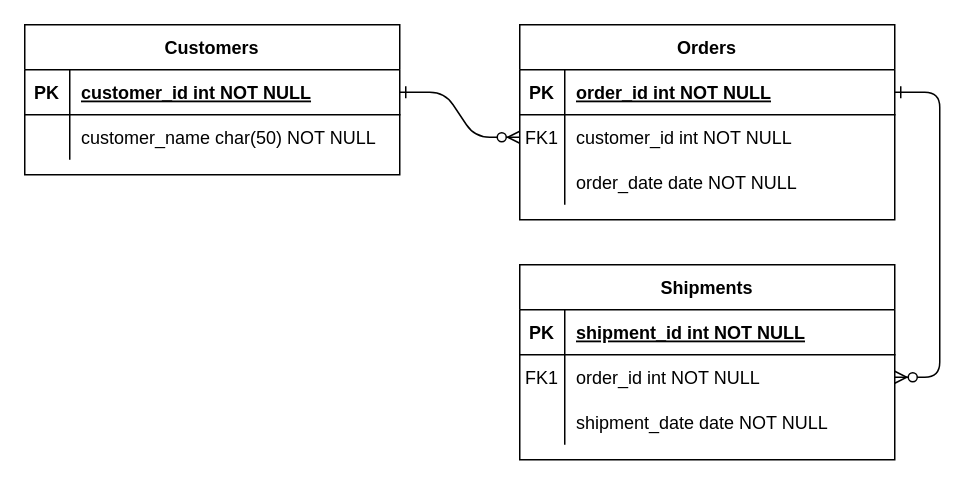
This is 未命名绘图.drawio from weimumu/YingHangJia, a draw.io file, before an edit. Source tidied: cells renumbered, new cells numbered last; positions are measured from the earlier drawing's top-left corner, leaving out a move shared by most shapes. Both pictures are drawn from the tidied source at 150%, with x=0, y=0 at pixel (24, 24).
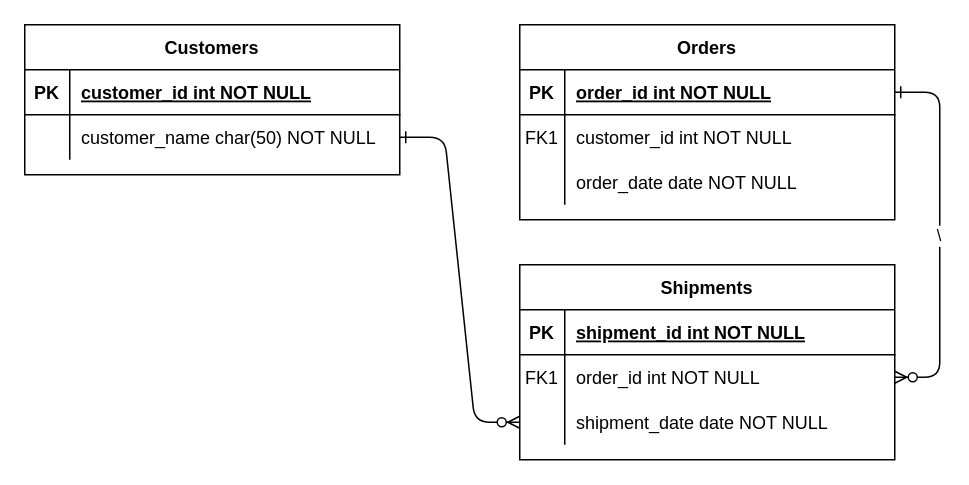
The same page after the edit.

Unchanged cells that the change refers to:
```xml
<mxCell id="5" style="shape=partialRectangle;fillColor=none;points=[[0,0.5],[1,0.5]];portConstraint=eastwest;top=0;left=0;right=0;bottom=1;" parent="4" vertex="1">
  <mxGeometry y="30" width="250" height="30" as="geometry" />
</mxCell>
<mxCell id="8" style="shape=partialRectangle;fillColor=none;points=[[0,0.5],[1,0.5]];portConstraint=eastwest;top=0;left=0;right=0;bottom=0;" parent="4" vertex="1">
  <mxGeometry y="60" width="250" height="30" as="geometry" />
</mxCell>
<mxCell id="18" style="shape=partialRectangle;fillColor=none;points=[[0,0.5],[1,0.5]];portConstraint=eastwest;top=0;left=0;right=0;bottom=0;" parent="14" vertex="1">
  <mxGeometry y="60" width="250" height="30" as="geometry" />
</mxCell>
<mxCell id="21" style="shape=partialRectangle;fillColor=none;points=[[0,0.5],[1,0.5]];portConstraint=eastwest;top=0;left=0;right=0;bottom=0;" parent="14" vertex="1">
  <mxGeometry y="90" width="250" height="30" as="geometry" />
</mxCell>
<mxCell id="25" style="shape=partialRectangle;fillColor=none;points=[[0,0.5],[1,0.5]];portConstraint=eastwest;top=0;left=0;right=0;bottom=1;" parent="24" vertex="1">
  <mxGeometry y="30" width="250" height="30" as="geometry" />
</mxCell>
<mxCell id="28" style="shape=partialRectangle;fillColor=none;points=[[0,0.5],[1,0.5]];portConstraint=eastwest;top=0;left=0;right=0;bottom=0;" parent="24" vertex="1">
  <mxGeometry y="60" width="250" height="30" as="geometry" />
</mxCell>
```

Change to the diagram source:
```diff
@@
-    <mxCell id="2" style="edgeStyle=entityRelationEdgeStyle;endArrow=ERzeroToMany;startArrow=ERone;endFill=1;startFill=0;" parent="1" edge="1" source="25" target="8">
+    <mxCell id="2" style="edgeStyle=entityRelationEdgeStyle;endArrow=ERzeroToMany;startArrow=ERone;endFill=1;startFill=0;entryX=0;entryY=0.5;entryDx=0;entryDy=0;" parent="1" edge="1" source="28" target="21">
       <mxGeometry relative="1" as="geometry" />
     </mxCell>
-    <mxCell id="3" style="edgeStyle=entityRelationEdgeStyle;endArrow=ERzeroToMany;startArrow=ERone;endFill=1;startFill=0;" parent="1" edge="1" source="5" target="18">
+    <mxCell id="3" value="\" style="edgeStyle=entityRelationEdgeStyle;endArrow=ERzeroToMany;startArrow=ERone;endFill=1;startFill=0;" parent="1" edge="1" source="5" target="18">
       <mxGeometry relative="1" as="geometry" />
     </mxCell>
```
